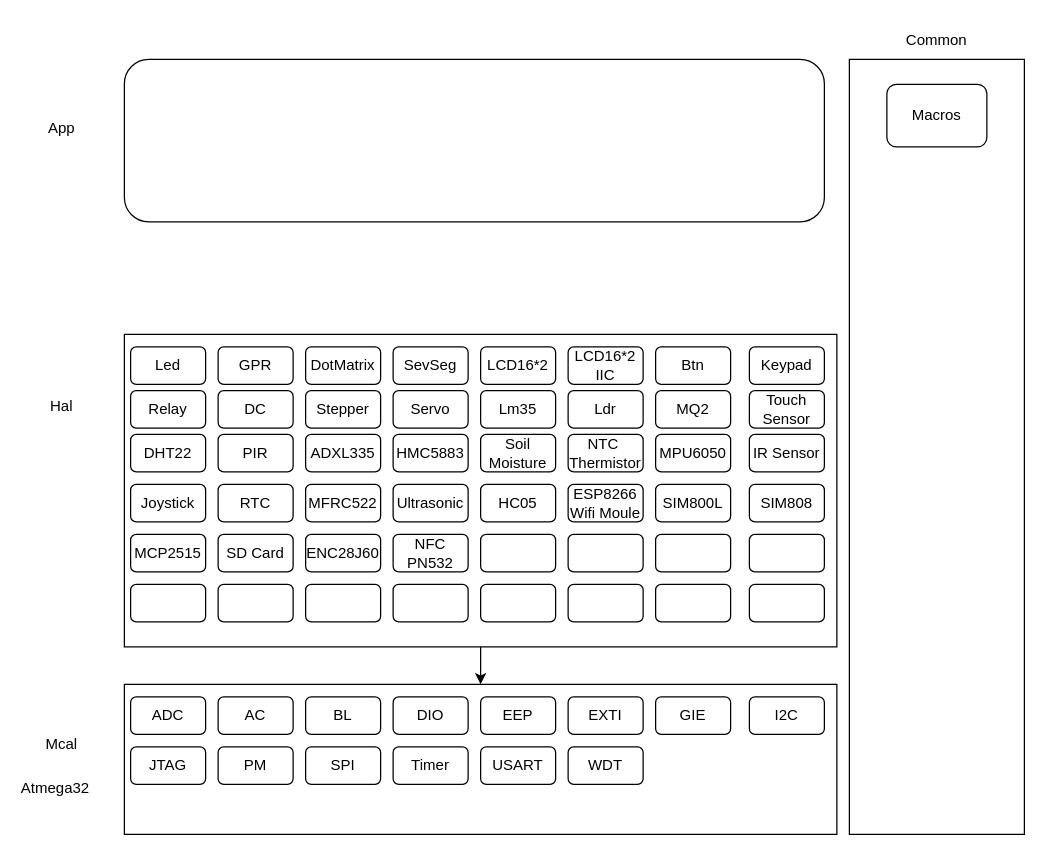
The draw.io diagram Layer.drawio in Hisham4Ahmed/Driver_Reference, before the edit. Source tidied: cells renumbered, new cells numbered last; positions are measured from the earlier drawing's top-left corner, leaving out a move shared by most shapes. Both pictures are drawn from the tidied source at 125%, with x=0, y=0 at pixel (24, 21).
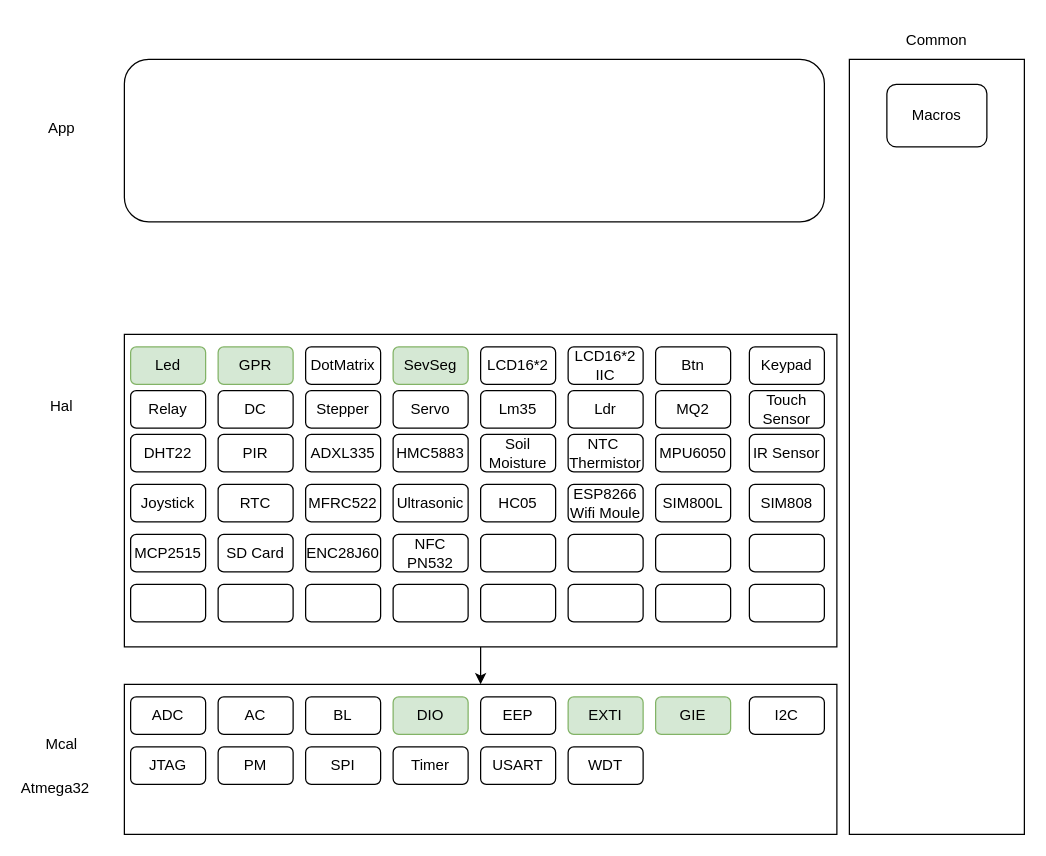
After the change.

Commit message:
Handle Design

Diff of the diagram source:
```diff
@@
-    <mxCell id="4" value="DIO" style="rounded=1;whiteSpace=wrap;html=1;" parent="1" vertex="1">
+    <mxCell id="4" value="DIO" style="rounded=1;whiteSpace=wrap;html=1;fillColor=#d5e8d4;strokeColor=#82b366;" parent="1" vertex="1">
       <mxGeometry x="295" y="540" width="60" height="30" as="geometry" />
     </mxCell>
-    <mxCell id="5" value="GIE" style="rounded=1;whiteSpace=wrap;html=1;" parent="1" vertex="1">
+    <mxCell id="5" value="GIE" style="rounded=1;whiteSpace=wrap;html=1;fillColor=#d5e8d4;strokeColor=#82b366;" parent="1" vertex="1">
       <mxGeometry x="505" y="540" width="60" height="30" as="geometry" />
     </mxCell>
-    <mxCell id="6" value="EXTI" style="rounded=1;whiteSpace=wrap;html=1;" parent="1" vertex="1">
+    <mxCell id="6" value="EXTI" style="rounded=1;whiteSpace=wrap;html=1;fillColor=#d5e8d4;strokeColor=#82b366;" parent="1" vertex="1">
       <mxGeometry x="435" y="540" width="60" height="30" as="geometry" />
     </mxCell>
@@
-    <mxCell id="24" value="Led" style="rounded=1;whiteSpace=wrap;html=1;" parent="1" vertex="1">
+    <mxCell id="24" value="Led" style="rounded=1;whiteSpace=wrap;html=1;fillColor=#d5e8d4;strokeColor=#82b366;" parent="1" vertex="1">
       <mxGeometry x="85" y="260" width="60" height="30" as="geometry" />
     </mxCell>
-    <mxCell id="25" value="GPR" style="rounded=1;whiteSpace=wrap;html=1;" parent="1" vertex="1">
+    <mxCell id="25" value="GPR" style="rounded=1;whiteSpace=wrap;html=1;fillColor=#d5e8d4;strokeColor=#82b366;" parent="1" vertex="1">
       <mxGeometry x="155" y="260" width="60" height="30" as="geometry" />
     </mxCell>
@@
-    <mxCell id="27" value="SevSeg" style="rounded=1;whiteSpace=wrap;html=1;" parent="1" vertex="1">
+    <mxCell id="27" value="SevSeg" style="rounded=1;whiteSpace=wrap;html=1;fillColor=#d5e8d4;strokeColor=#82b366;" parent="1" vertex="1">
       <mxGeometry x="295" y="260" width="60" height="30" as="geometry" />
     </mxCell>
```
